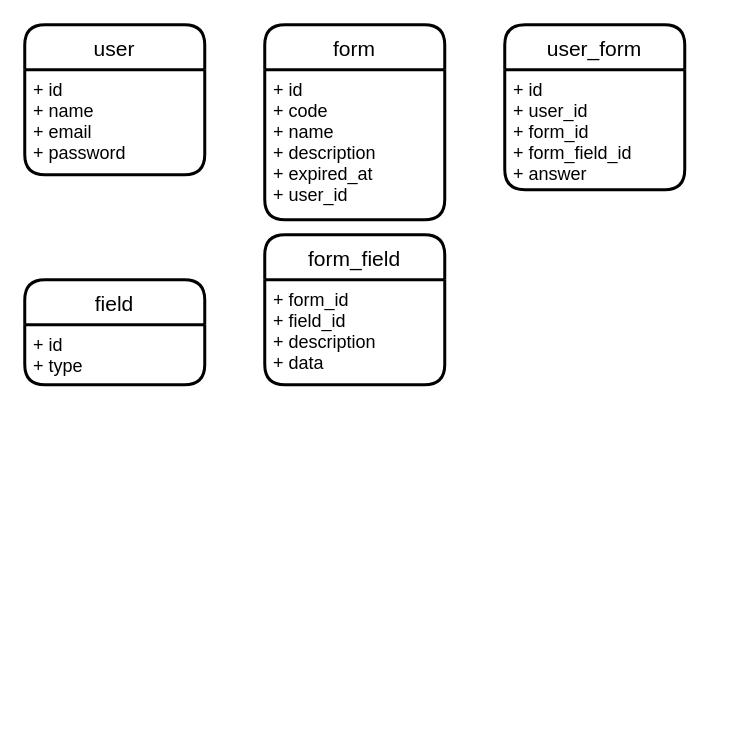
lukas-santiago/fesa-ec7-censos-api keeps this draw.io diagram as docs/database-entities-v1.drawio. Above is the earlier version. Source tidied: cells renumbered, new cells numbered last; positions are measured from the earlier drawing's top-left corner, leaving out a move shared by most shapes. Both pictures are drawn from the tidied source at 150%, with x=0, y=0 at pixel (24, 24).
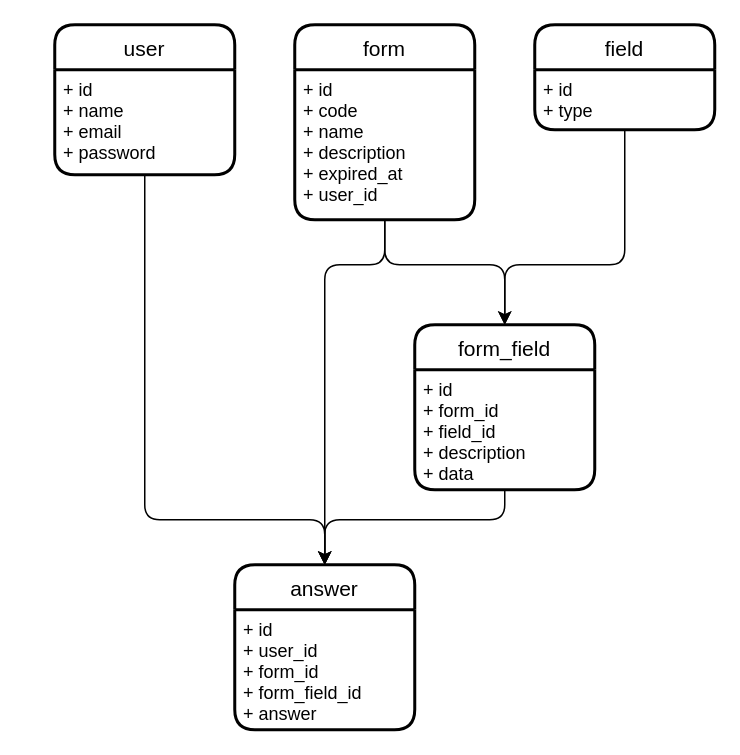
The same page after the edit.

The change refers to these unchanged cells:
```xml
<mxCell id="3" value="+ id&#10;+ name&#10;+ email&#10;+ password" style="align=left;strokeColor=none;fillColor=none;spacingLeft=4;fontSize=12;verticalAlign=top;" parent="2" vertex="1">
  <mxGeometry y="30" width="120" height="70" as="geometry" />
</mxCell>
<mxCell id="5" value="+ id&#10;+ code&#10;+ name&#10;+ description&#10;+ expired_at&#10;+ user_id" style="align=left;strokeColor=none;fillColor=none;spacingLeft=4;fontSize=12;verticalAlign=top;" parent="4" vertex="1">
  <mxGeometry y="30" width="120" height="100" as="geometry" />
</mxCell>
<mxCell id="7" value="+ id&#10;+ type" style="align=left;strokeColor=none;fillColor=none;spacingLeft=4;fontSize=12;verticalAlign=top;" parent="6" vertex="1">
  <mxGeometry y="30" width="120" height="40" as="geometry" />
</mxCell>
```

The edit, as a diff of the source:
```diff
@@
     <mxCell id="2" value="user" style="swimlane;horizontal=1;startSize=30;rounded=1;fontSize=14;fontStyle=0;strokeWidth=2;shadow=0;dashed=0;align=center;" parent="1" vertex="1">
-      <mxGeometry width="120" height="100" as="geometry" />
+      <mxGeometry x="20" width="120" height="100" as="geometry" />
     </mxCell>
@@
     <mxCell id="4" value="form" style="swimlane;horizontal=1;startSize=30;rounded=1;fontSize=14;fontStyle=0;strokeWidth=2;shadow=0;dashed=0;align=center;" parent="1" vertex="1">
-      <mxGeometry x="160" width="120" height="130" as="geometry" />
+      <mxGeometry x="180" width="120" height="130" as="geometry" />
     </mxCell>
@@
     <mxCell id="6" value="field" style="swimlane;horizontal=1;startSize=30;rounded=1;fontSize=14;fontStyle=0;strokeWidth=2;shadow=0;dashed=0;align=center;" parent="1" vertex="1">
-      <mxGeometry y="170" width="120" height="70" as="geometry" />
+      <mxGeometry x="340" width="120" height="70" as="geometry" />
     </mxCell>
@@
     <mxCell id="8" value="form_field" style="swimlane;horizontal=1;startSize=30;rounded=1;fontSize=14;fontStyle=0;strokeWidth=2;shadow=0;dashed=0;align=center;" parent="1" vertex="1">
-      <mxGeometry x="160" y="140" width="120" height="100" as="geometry" />
+      <mxGeometry x="260" y="200" width="120" height="110" as="geometry" />
     </mxCell>
-    <mxCell id="9" value="+ form_id&#10;+ field_id&#10;+ description&#10;+ data" style="align=left;strokeColor=none;fillColor=none;spacingLeft=4;fontSize=12;verticalAlign=top;" parent="8" vertex="1">
-      <mxGeometry y="30" width="120" height="70" as="geometry" />
+    <mxCell id="9" value="+ id&#10;+ form_id&#10;+ field_id&#10;+ description&#10;+ data" style="align=left;strokeColor=none;fillColor=none;spacingLeft=4;fontSize=12;verticalAlign=top;" parent="8" vertex="1">
+      <mxGeometry y="30" width="120" height="80" as="geometry" />
     </mxCell>
-    <mxCell id="10" value="user_form" style="swimlane;horizontal=1;startSize=30;rounded=1;fontSize=14;fontStyle=0;strokeWidth=2;shadow=0;dashed=0;align=center;" parent="1" vertex="1">
-      <mxGeometry x="320" width="120" height="110" as="geometry" />
+    <mxCell id="10" value="answer" style="swimlane;horizontal=1;startSize=30;rounded=1;fontSize=14;fontStyle=0;strokeWidth=2;shadow=0;dashed=0;align=center;" parent="1" vertex="1">
+      <mxGeometry x="140" y="360" width="120" height="110" as="geometry" />
     </mxCell>
@@
+    <mxCell id="13" style="edgeStyle=none;html=1;entryX=0.5;entryY=0;entryDx=0;entryDy=0;exitX=0.5;exitY=1;exitDx=0;exitDy=0;" parent="1" edge="1" source="5" target="8">
+      <mxGeometry relative="1" as="geometry">
+        <Array as="points">
+          <mxPoint x="240" y="160" />
+          <mxPoint x="320" y="160" />
+        </Array>
+      </mxGeometry>
+    </mxCell>
+    <mxCell id="14" style="edgeStyle=none;html=1;entryX=0.5;entryY=0;entryDx=0;entryDy=0;" parent="1" edge="1" source="7" target="8">
+      <mxGeometry relative="1" as="geometry">
+        <Array as="points">
+          <mxPoint x="400" y="160" />
+          <mxPoint x="320" y="160" />
+        </Array>
+      </mxGeometry>
+    </mxCell>
+    <mxCell id="15" style="edgeStyle=none;html=1;" parent="1" edge="1" source="9">
+      <mxGeometry relative="1" as="geometry">
+        <mxPoint x="200" y="360" as="targetPoint" />
+        <Array as="points">
+          <mxPoint x="320" y="330" />
+          <mxPoint x="200" y="330" />
+        </Array>
+      </mxGeometry>
+    </mxCell>
+    <mxCell id="16" style="edgeStyle=none;html=1;entryX=0.5;entryY=0;entryDx=0;entryDy=0;" parent="1" edge="1" source="3" target="10">
+      <mxGeometry relative="1" as="geometry">
+        <Array as="points">
+          <mxPoint x="80" y="330" />
+          <mxPoint x="200" y="330" />
+        </Array>
+      </mxGeometry>
+    </mxCell>
+    <mxCell id="17" style="edgeStyle=none;html=1;exitX=0.5;exitY=1;exitDx=0;exitDy=0;entryX=0.5;entryY=0;entryDx=0;entryDy=0;" parent="1" edge="1" source="5" target="10">
+      <mxGeometry relative="1" as="geometry">
+        <Array as="points">
+          <mxPoint x="240" y="160" />
+          <mxPoint x="200" y="160" />
+        </Array>
+      </mxGeometry>
+    </mxCell>
```
